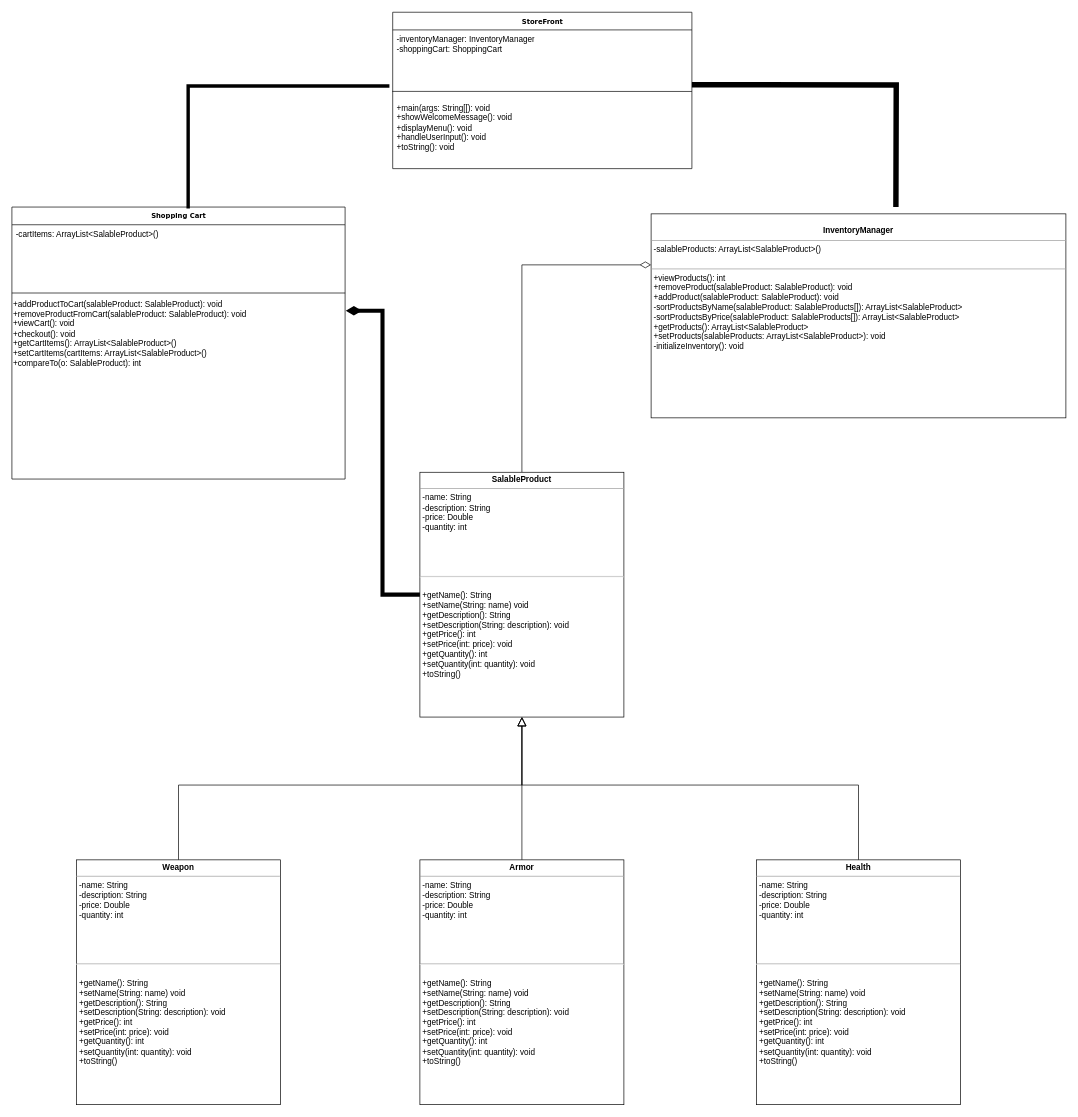
The draw.io diagram Toni's Store.drawio in toniomon96/grad_school, before the edit. Source tidied: cells renumbered, new cells numbered last; positions are measured from the earlier drawing's top-left corner, leaving out a move shared by most shapes. Both pictures are drawn from the tidied source at 68%, with x=0, y=0 at pixel (12, 12).
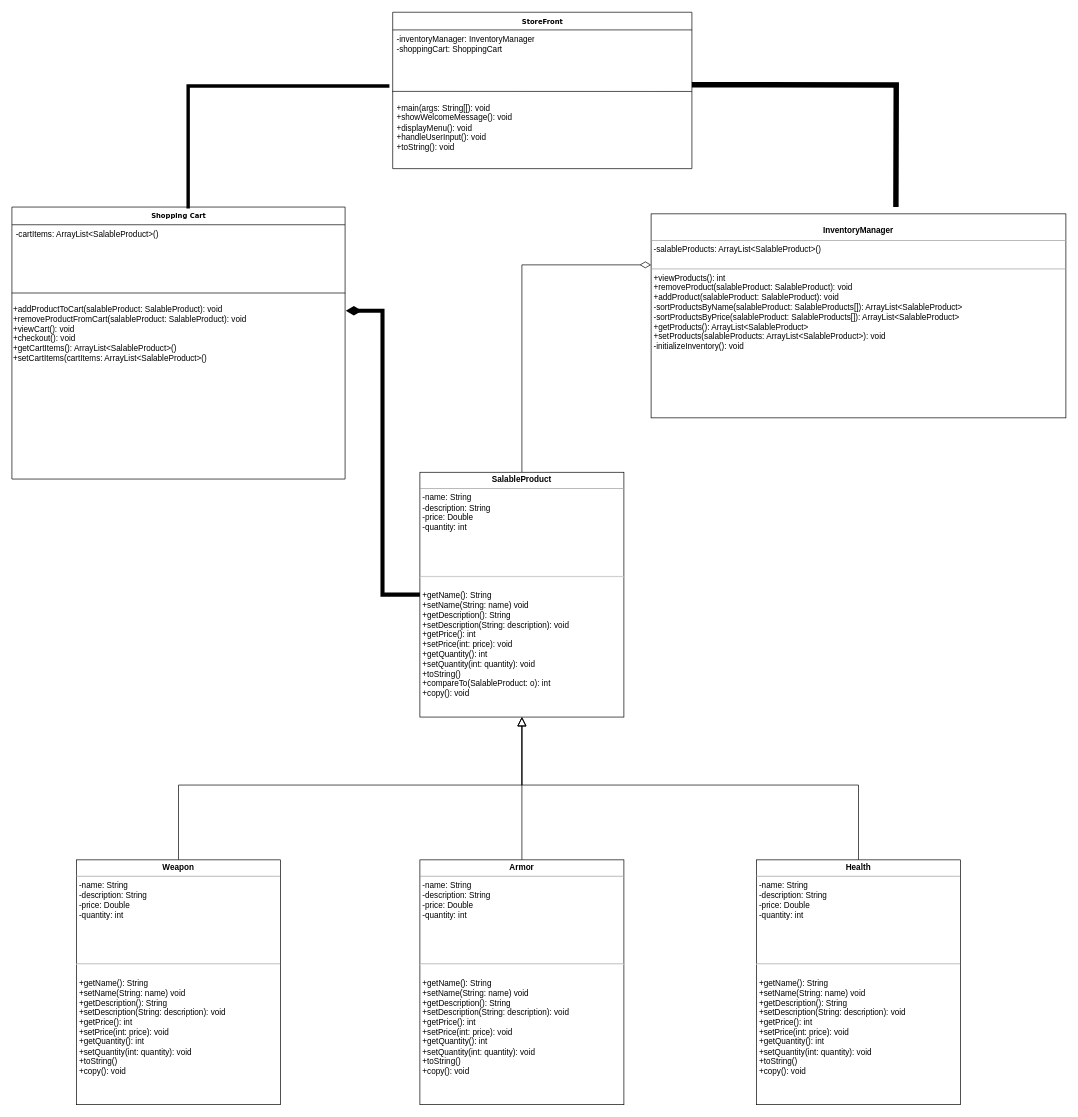
Above is the later version.

The change refers to these unchanged cells:
```xml
<mxCell id="2" value="&lt;b&gt;Shopping Cart&lt;/b&gt;" style="swimlane;html=1;fontStyle=0;horizontal=1;startSize=26;fillColor=none;swimlaneFillColor=#ffffff;rounded=0;shadow=0;comic=0;labelBackgroundColor=none;strokeWidth=1;fontFamily=Verdana;fontSize=10;align=center;" parent="1" vertex="1">
  <mxGeometry y="286" width="490" height="400" as="geometry" />
</mxCell>
```

Diff of the diagram source:
```diff
@@
-    <mxCell id="5" value="&lt;br&gt;&lt;br&gt;&lt;br&gt;&lt;br&gt;&lt;br&gt;&lt;br&gt;&lt;br&gt;&lt;br&gt;&lt;br&gt;&lt;br&gt;&lt;br&gt;&lt;br&gt;&lt;br&gt;&lt;br&gt;+addProductToCart(salableProduct: SalableProduct): void&lt;br&gt;+removeProductFromCart(salableProduct: SalableProduct): void&lt;br&gt;+viewCart(): void&lt;br&gt;+checkout(): void&lt;br&gt;+getCartItems(): ArrayList&amp;lt;SalableProduct&amp;gt;()&lt;br&gt;+setCartItems(cartItems: ArrayList&amp;lt;SalableProduct&amp;gt;()&lt;div&gt;+compareTo(o: SalableProduct): int&lt;br&gt;&lt;br&gt;&lt;br&gt;&lt;br&gt;&lt;br&gt;&lt;br&gt;&lt;br&gt;&lt;br&gt;&lt;br&gt;&lt;br&gt;&lt;br&gt;&lt;br&gt;&lt;div&gt;&lt;br&gt;&lt;/div&gt;&lt;/div&gt;" style="text;strokeColor=none;align=left;fillColor=none;html=1;verticalAlign=middle;whiteSpace=wrap;rounded=0;" parent="2" vertex="1">
+    <mxCell id="5" value="&lt;br&gt;&lt;br&gt;&lt;br&gt;&lt;br&gt;&lt;br&gt;&lt;br&gt;&lt;br&gt;&lt;br&gt;&lt;br&gt;&lt;br&gt;&lt;br&gt;&lt;br&gt;&lt;br&gt;&lt;br&gt;+addProductToCart(salableProduct: SalableProduct): void&lt;br&gt;+removeProductFromCart(salableProduct: SalableProduct): void&lt;br&gt;+viewCart(): void&lt;br&gt;+checkout(): void&lt;br&gt;+getCartItems(): ArrayList&amp;lt;SalableProduct&amp;gt;()&lt;br&gt;+setCartItems(cartItems: ArrayList&amp;lt;SalableProduct&amp;gt;()&lt;div&gt;&lt;br&gt;&lt;br&gt;&lt;br&gt;&lt;br&gt;&lt;br&gt;&lt;br&gt;&lt;br&gt;&lt;br&gt;&lt;br&gt;&lt;br&gt;&lt;br&gt;&lt;div&gt;&lt;br&gt;&lt;/div&gt;&lt;/div&gt;" style="text;strokeColor=none;align=left;fillColor=none;html=1;verticalAlign=middle;whiteSpace=wrap;rounded=0;" parent="2" vertex="1">
       <mxGeometry y="52" width="490" height="240" as="geometry" />
     </mxCell>
@@
-    <mxCell id="11" value="&lt;p style=&quot;margin:0px;margin-top:4px;text-align:center;&quot;&gt;&lt;b&gt;SalableProduct&lt;/b&gt;&lt;/p&gt;&lt;hr size=&quot;1&quot;&gt;&lt;p style=&quot;margin:0px;margin-left:4px;&quot;&gt;-name: String&lt;/p&gt;&lt;p style=&quot;margin:0px;margin-left:4px;&quot;&gt;-description: String&lt;/p&gt;&lt;p style=&quot;margin:0px;margin-left:4px;&quot;&gt;-price: Double&lt;/p&gt;&lt;p style=&quot;margin:0px;margin-left:4px;&quot;&gt;-quantity: int&lt;/p&gt;&lt;p style=&quot;margin:0px;margin-left:4px;&quot;&gt;&lt;br&gt;&lt;/p&gt;&lt;p style=&quot;margin:0px;margin-left:4px;&quot;&gt;&lt;br&gt;&lt;/p&gt;&lt;p style=&quot;margin:0px;margin-left:4px;&quot;&gt;&lt;br&gt;&lt;/p&gt;&lt;p style=&quot;margin:0px;margin-left:4px;&quot;&gt;&lt;br&gt;&lt;/p&gt;&lt;hr&gt;&lt;p style=&quot;margin:0px;margin-left:4px;&quot;&gt;&lt;br&gt;&lt;/p&gt;&lt;p style=&quot;border-color: var(--border-color); margin: 0px 0px 0px 4px;&quot;&gt;+getName(): String&lt;/p&gt;&lt;p style=&quot;border-color: var(--border-color); margin: 0px 0px 0px 4px;&quot;&gt;+setName(String: name) void&lt;/p&gt;&lt;p style=&quot;border-color: var(--border-color); margin: 0px 0px 0px 4px;&quot;&gt;+getDescription(): String&lt;/p&gt;&lt;p style=&quot;border-color: var(--border-color); margin: 0px 0px 0px 4px;&quot;&gt;+setDescription(String: description): void&lt;/p&gt;&lt;p style=&quot;border-color: var(--border-color); margin: 0px 0px 0px 4px;&quot;&gt;+getPrice(): int&lt;/p&gt;&lt;p style=&quot;border-color: var(--border-color); margin: 0px 0px 0px 4px;&quot;&gt;+setPrice(int: price): void&lt;/p&gt;&lt;p style=&quot;border-color: var(--border-color); margin: 0px 0px 0px 4px;&quot;&gt;+getQuantity(): int&lt;/p&gt;&lt;p style=&quot;border-color: var(--border-color); margin: 0px 0px 0px 4px;&quot;&gt;+setQuantity(int: quantity): void&lt;/p&gt;&lt;p style=&quot;border-color: var(--border-color); margin: 0px 0px 0px 4px;&quot;&gt;+toString()&lt;/p&gt;&lt;p style=&quot;border-color: var(--border-color); margin: 0px 0px 0px 4px;&quot;&gt;&lt;br&gt;&lt;/p&gt;&lt;p style=&quot;margin:0px;margin-left:4px;&quot;&gt;&lt;br&gt;&lt;/p&gt;&lt;p style=&quot;margin:0px;margin-left:4px;&quot;&gt;&lt;br&gt;&lt;/p&gt;&lt;p style=&quot;margin:0px;margin-left:4px;&quot;&gt;&lt;br&gt;&lt;/p&gt;&lt;p style=&quot;margin:0px;margin-left:4px;&quot;&gt;&lt;br&gt;&lt;/p&gt;" style="verticalAlign=top;align=left;overflow=fill;fontSize=12;fontFamily=Helvetica;html=1;rounded=0;shadow=0;comic=0;labelBackgroundColor=none;strokeWidth=1;" parent="1" vertex="1">
+    <mxCell id="11" value="&lt;p style=&quot;margin:0px;margin-top:4px;text-align:center;&quot;&gt;&lt;b&gt;SalableProduct&lt;/b&gt;&lt;/p&gt;&lt;hr size=&quot;1&quot;&gt;&lt;p style=&quot;margin:0px;margin-left:4px;&quot;&gt;-name: String&lt;/p&gt;&lt;p style=&quot;margin:0px;margin-left:4px;&quot;&gt;-description: String&lt;/p&gt;&lt;p style=&quot;margin:0px;margin-left:4px;&quot;&gt;-price: Double&lt;/p&gt;&lt;p style=&quot;margin:0px;margin-left:4px;&quot;&gt;-quantity: int&lt;/p&gt;&lt;p style=&quot;margin:0px;margin-left:4px;&quot;&gt;&lt;br&gt;&lt;/p&gt;&lt;p style=&quot;margin:0px;margin-left:4px;&quot;&gt;&lt;br&gt;&lt;/p&gt;&lt;p style=&quot;margin:0px;margin-left:4px;&quot;&gt;&lt;br&gt;&lt;/p&gt;&lt;p style=&quot;margin:0px;margin-left:4px;&quot;&gt;&lt;br&gt;&lt;/p&gt;&lt;hr&gt;&lt;p style=&quot;margin:0px;margin-left:4px;&quot;&gt;&lt;br&gt;&lt;/p&gt;&lt;p style=&quot;border-color: var(--border-color); margin: 0px 0px 0px 4px;&quot;&gt;+getName(): String&lt;/p&gt;&lt;p style=&quot;border-color: var(--border-color); margin: 0px 0px 0px 4px;&quot;&gt;+setName(String: name) void&lt;/p&gt;&lt;p style=&quot;border-color: var(--border-color); margin: 0px 0px 0px 4px;&quot;&gt;+getDescription(): String&lt;/p&gt;&lt;p style=&quot;border-color: var(--border-color); margin: 0px 0px 0px 4px;&quot;&gt;+setDescription(String: description): void&lt;/p&gt;&lt;p style=&quot;border-color: var(--border-color); margin: 0px 0px 0px 4px;&quot;&gt;+getPrice(): int&lt;/p&gt;&lt;p style=&quot;border-color: var(--border-color); margin: 0px 0px 0px 4px;&quot;&gt;+setPrice(int: price): void&lt;/p&gt;&lt;p style=&quot;border-color: var(--border-color); margin: 0px 0px 0px 4px;&quot;&gt;+getQuantity(): int&lt;/p&gt;&lt;p style=&quot;border-color: var(--border-color); margin: 0px 0px 0px 4px;&quot;&gt;+setQuantity(int: quantity): void&lt;/p&gt;&lt;p style=&quot;border-color: var(--border-color); margin: 0px 0px 0px 4px;&quot;&gt;+toString()&lt;/p&gt;&lt;p style=&quot;border-color: var(--border-color); margin: 0px 0px 0px 4px;&quot;&gt;+compareTo(SalableProduct: o): int&lt;/p&gt;&lt;p style=&quot;border-color: var(--border-color); margin: 0px 0px 0px 4px;&quot;&gt;+copy(): void&lt;/p&gt;&lt;p style=&quot;border-color: var(--border-color); margin: 0px 0px 0px 4px;&quot;&gt;&lt;br&gt;&lt;/p&gt;&lt;p style=&quot;margin:0px;margin-left:4px;&quot;&gt;&lt;br&gt;&lt;/p&gt;&lt;p style=&quot;margin:0px;margin-left:4px;&quot;&gt;&lt;br&gt;&lt;/p&gt;&lt;p style=&quot;margin:0px;margin-left:4px;&quot;&gt;&lt;br&gt;&lt;/p&gt;&lt;p style=&quot;margin:0px;margin-left:4px;&quot;&gt;&lt;br&gt;&lt;/p&gt;" style="verticalAlign=top;align=left;overflow=fill;fontSize=12;fontFamily=Helvetica;html=1;rounded=0;shadow=0;comic=0;labelBackgroundColor=none;strokeWidth=1;" parent="1" vertex="1">
       <mxGeometry x="600" y="676" width="300" height="360" as="geometry" />
     </mxCell>
@@
-    <mxCell id="16" value="&lt;p style=&quot;margin:0px;margin-top:4px;text-align:center;&quot;&gt;&lt;b&gt;Weapon&lt;/b&gt;&lt;/p&gt;&lt;hr size=&quot;1&quot;&gt;&lt;p style=&quot;margin:0px;margin-left:4px;&quot;&gt;-name: String&lt;/p&gt;&lt;p style=&quot;margin:0px;margin-left:4px;&quot;&gt;-description: String&lt;/p&gt;&lt;p style=&quot;margin:0px;margin-left:4px;&quot;&gt;-price: Double&lt;/p&gt;&lt;p style=&quot;margin:0px;margin-left:4px;&quot;&gt;-quantity: int&lt;/p&gt;&lt;p style=&quot;margin:0px;margin-left:4px;&quot;&gt;&lt;br&gt;&lt;/p&gt;&lt;p style=&quot;margin:0px;margin-left:4px;&quot;&gt;&lt;br&gt;&lt;/p&gt;&lt;p style=&quot;margin:0px;margin-left:4px;&quot;&gt;&lt;br&gt;&lt;/p&gt;&lt;p style=&quot;margin:0px;margin-left:4px;&quot;&gt;&lt;br&gt;&lt;/p&gt;&lt;hr&gt;&lt;p style=&quot;margin:0px;margin-left:4px;&quot;&gt;&lt;br&gt;&lt;/p&gt;&lt;p style=&quot;border-color: var(--border-color); margin: 0px 0px 0px 4px;&quot;&gt;+getName(): String&lt;/p&gt;&lt;p style=&quot;border-color: var(--border-color); margin: 0px 0px 0px 4px;&quot;&gt;+setName(String: name) void&lt;/p&gt;&lt;p style=&quot;border-color: var(--border-color); margin: 0px 0px 0px 4px;&quot;&gt;+getDescription(): String&lt;/p&gt;&lt;p style=&quot;border-color: var(--border-color); margin: 0px 0px 0px 4px;&quot;&gt;+setDescription(String: description): void&lt;/p&gt;&lt;p style=&quot;border-color: var(--border-color); margin: 0px 0px 0px 4px;&quot;&gt;+getPrice(): int&lt;/p&gt;&lt;p style=&quot;border-color: var(--border-color); margin: 0px 0px 0px 4px;&quot;&gt;+setPrice(int: price): void&lt;/p&gt;&lt;p style=&quot;border-color: var(--border-color); margin: 0px 0px 0px 4px;&quot;&gt;+getQuantity(): int&lt;/p&gt;&lt;p style=&quot;border-color: var(--border-color); margin: 0px 0px 0px 4px;&quot;&gt;+setQuantity(int: quantity): void&lt;/p&gt;&lt;p style=&quot;border-color: var(--border-color); margin: 0px 0px 0px 4px;&quot;&gt;+toString()&lt;/p&gt;&lt;p style=&quot;border-color: var(--border-color); margin: 0px 0px 0px 4px;&quot;&gt;&lt;br&gt;&lt;/p&gt;&lt;p style=&quot;margin:0px;margin-left:4px;&quot;&gt;&lt;br&gt;&lt;/p&gt;&lt;p style=&quot;margin:0px;margin-left:4px;&quot;&gt;&lt;br&gt;&lt;/p&gt;&lt;p style=&quot;margin:0px;margin-left:4px;&quot;&gt;&lt;br&gt;&lt;/p&gt;&lt;p style=&quot;margin:0px;margin-left:4px;&quot;&gt;&lt;br&gt;&lt;/p&gt;" style="verticalAlign=top;align=left;overflow=fill;fontSize=12;fontFamily=Helvetica;html=1;rounded=0;shadow=0;comic=0;labelBackgroundColor=none;strokeWidth=1;" parent="1" vertex="1">
+    <mxCell id="16" value="&lt;p style=&quot;margin:0px;margin-top:4px;text-align:center;&quot;&gt;&lt;b&gt;Weapon&lt;/b&gt;&lt;/p&gt;&lt;hr size=&quot;1&quot;&gt;&lt;p style=&quot;margin:0px;margin-left:4px;&quot;&gt;-name: String&lt;/p&gt;&lt;p style=&quot;margin:0px;margin-left:4px;&quot;&gt;-description: String&lt;/p&gt;&lt;p style=&quot;margin:0px;margin-left:4px;&quot;&gt;-price: Double&lt;/p&gt;&lt;p style=&quot;margin:0px;margin-left:4px;&quot;&gt;-quantity: int&lt;/p&gt;&lt;p style=&quot;margin:0px;margin-left:4px;&quot;&gt;&lt;br&gt;&lt;/p&gt;&lt;p style=&quot;margin:0px;margin-left:4px;&quot;&gt;&lt;br&gt;&lt;/p&gt;&lt;p style=&quot;margin:0px;margin-left:4px;&quot;&gt;&lt;br&gt;&lt;/p&gt;&lt;p style=&quot;margin:0px;margin-left:4px;&quot;&gt;&lt;br&gt;&lt;/p&gt;&lt;hr&gt;&lt;p style=&quot;margin:0px;margin-left:4px;&quot;&gt;&lt;br&gt;&lt;/p&gt;&lt;p style=&quot;border-color: var(--border-color); margin: 0px 0px 0px 4px;&quot;&gt;+getName(): String&lt;/p&gt;&lt;p style=&quot;border-color: var(--border-color); margin: 0px 0px 0px 4px;&quot;&gt;+setName(String: name) void&lt;/p&gt;&lt;p style=&quot;border-color: var(--border-color); margin: 0px 0px 0px 4px;&quot;&gt;+getDescription(): String&lt;/p&gt;&lt;p style=&quot;border-color: var(--border-color); margin: 0px 0px 0px 4px;&quot;&gt;+setDescription(String: description): void&lt;/p&gt;&lt;p style=&quot;border-color: var(--border-color); margin: 0px 0px 0px 4px;&quot;&gt;+getPrice(): int&lt;/p&gt;&lt;p style=&quot;border-color: var(--border-color); margin: 0px 0px 0px 4px;&quot;&gt;+setPrice(int: price): void&lt;/p&gt;&lt;p style=&quot;border-color: var(--border-color); margin: 0px 0px 0px 4px;&quot;&gt;+getQuantity(): int&lt;/p&gt;&lt;p style=&quot;border-color: var(--border-color); margin: 0px 0px 0px 4px;&quot;&gt;+setQuantity(int: quantity): void&lt;/p&gt;&lt;p style=&quot;border-color: var(--border-color); margin: 0px 0px 0px 4px;&quot;&gt;+toString()&lt;/p&gt;&lt;p style=&quot;border-color: var(--border-color); margin: 0px 0px 0px 4px;&quot;&gt;+copy(): void&lt;/p&gt;&lt;p style=&quot;margin:0px;margin-left:4px;&quot;&gt;&lt;br&gt;&lt;/p&gt;&lt;p style=&quot;margin:0px;margin-left:4px;&quot;&gt;&lt;br&gt;&lt;/p&gt;&lt;p style=&quot;margin:0px;margin-left:4px;&quot;&gt;&lt;br&gt;&lt;/p&gt;&lt;p style=&quot;margin:0px;margin-left:4px;&quot;&gt;&lt;br&gt;&lt;/p&gt;" style="verticalAlign=top;align=left;overflow=fill;fontSize=12;fontFamily=Helvetica;html=1;rounded=0;shadow=0;comic=0;labelBackgroundColor=none;strokeWidth=1;" parent="1" vertex="1">
       <mxGeometry x="95" y="1246" width="300" height="360" as="geometry" />
     </mxCell>
@@
-    <mxCell id="18" value="&lt;p style=&quot;margin:0px;margin-top:4px;text-align:center;&quot;&gt;&lt;b&gt;Armor&lt;/b&gt;&lt;/p&gt;&lt;hr size=&quot;1&quot;&gt;&lt;p style=&quot;margin:0px;margin-left:4px;&quot;&gt;-name: String&lt;/p&gt;&lt;p style=&quot;margin:0px;margin-left:4px;&quot;&gt;-description: String&lt;/p&gt;&lt;p style=&quot;margin:0px;margin-left:4px;&quot;&gt;-price: Double&lt;/p&gt;&lt;p style=&quot;margin:0px;margin-left:4px;&quot;&gt;-quantity: int&lt;/p&gt;&lt;p style=&quot;margin:0px;margin-left:4px;&quot;&gt;&lt;br&gt;&lt;/p&gt;&lt;p style=&quot;margin:0px;margin-left:4px;&quot;&gt;&lt;br&gt;&lt;/p&gt;&lt;p style=&quot;margin:0px;margin-left:4px;&quot;&gt;&lt;br&gt;&lt;/p&gt;&lt;p style=&quot;margin:0px;margin-left:4px;&quot;&gt;&lt;br&gt;&lt;/p&gt;&lt;hr&gt;&lt;p style=&quot;margin:0px;margin-left:4px;&quot;&gt;&lt;br&gt;&lt;/p&gt;&lt;p style=&quot;border-color: var(--border-color); margin: 0px 0px 0px 4px;&quot;&gt;+getName(): String&lt;/p&gt;&lt;p style=&quot;border-color: var(--border-color); margin: 0px 0px 0px 4px;&quot;&gt;+setName(String: name) void&lt;/p&gt;&lt;p style=&quot;border-color: var(--border-color); margin: 0px 0px 0px 4px;&quot;&gt;+getDescription(): String&lt;/p&gt;&lt;p style=&quot;border-color: var(--border-color); margin: 0px 0px 0px 4px;&quot;&gt;+setDescription(String: description): void&lt;/p&gt;&lt;p style=&quot;border-color: var(--border-color); margin: 0px 0px 0px 4px;&quot;&gt;+getPrice(): int&lt;/p&gt;&lt;p style=&quot;border-color: var(--border-color); margin: 0px 0px 0px 4px;&quot;&gt;+setPrice(int: price): void&lt;/p&gt;&lt;p style=&quot;border-color: var(--border-color); margin: 0px 0px 0px 4px;&quot;&gt;+getQuantity(): int&lt;/p&gt;&lt;p style=&quot;border-color: var(--border-color); margin: 0px 0px 0px 4px;&quot;&gt;+setQuantity(int: quantity): void&lt;/p&gt;&lt;p style=&quot;border-color: var(--border-color); margin: 0px 0px 0px 4px;&quot;&gt;+toString()&lt;/p&gt;&lt;p style=&quot;border-color: var(--border-color); margin: 0px 0px 0px 4px;&quot;&gt;&lt;br&gt;&lt;/p&gt;&lt;p style=&quot;margin:0px;margin-left:4px;&quot;&gt;&lt;br&gt;&lt;/p&gt;&lt;p style=&quot;margin:0px;margin-left:4px;&quot;&gt;&lt;br&gt;&lt;/p&gt;&lt;p style=&quot;margin:0px;margin-left:4px;&quot;&gt;&lt;br&gt;&lt;/p&gt;&lt;p style=&quot;margin:0px;margin-left:4px;&quot;&gt;&lt;br&gt;&lt;/p&gt;" style="verticalAlign=top;align=left;overflow=fill;fontSize=12;fontFamily=Helvetica;html=1;rounded=0;shadow=0;comic=0;labelBackgroundColor=none;strokeWidth=1;" parent="1" vertex="1">
+    <mxCell id="18" value="&lt;p style=&quot;margin:0px;margin-top:4px;text-align:center;&quot;&gt;&lt;b&gt;Armor&lt;/b&gt;&lt;/p&gt;&lt;hr size=&quot;1&quot;&gt;&lt;p style=&quot;margin:0px;margin-left:4px;&quot;&gt;-name: String&lt;/p&gt;&lt;p style=&quot;margin:0px;margin-left:4px;&quot;&gt;-description: String&lt;/p&gt;&lt;p style=&quot;margin:0px;margin-left:4px;&quot;&gt;-price: Double&lt;/p&gt;&lt;p style=&quot;margin:0px;margin-left:4px;&quot;&gt;-quantity: int&lt;/p&gt;&lt;p style=&quot;margin:0px;margin-left:4px;&quot;&gt;&lt;br&gt;&lt;/p&gt;&lt;p style=&quot;margin:0px;margin-left:4px;&quot;&gt;&lt;br&gt;&lt;/p&gt;&lt;p style=&quot;margin:0px;margin-left:4px;&quot;&gt;&lt;br&gt;&lt;/p&gt;&lt;p style=&quot;margin:0px;margin-left:4px;&quot;&gt;&lt;br&gt;&lt;/p&gt;&lt;hr&gt;&lt;p style=&quot;margin:0px;margin-left:4px;&quot;&gt;&lt;br&gt;&lt;/p&gt;&lt;p style=&quot;border-color: var(--border-color); margin: 0px 0px 0px 4px;&quot;&gt;+getName(): String&lt;/p&gt;&lt;p style=&quot;border-color: var(--border-color); margin: 0px 0px 0px 4px;&quot;&gt;+setName(String: name) void&lt;/p&gt;&lt;p style=&quot;border-color: var(--border-color); margin: 0px 0px 0px 4px;&quot;&gt;+getDescription(): String&lt;/p&gt;&lt;p style=&quot;border-color: var(--border-color); margin: 0px 0px 0px 4px;&quot;&gt;+setDescription(String: description): void&lt;/p&gt;&lt;p style=&quot;border-color: var(--border-color); margin: 0px 0px 0px 4px;&quot;&gt;+getPrice(): int&lt;/p&gt;&lt;p style=&quot;border-color: var(--border-color); margin: 0px 0px 0px 4px;&quot;&gt;+setPrice(int: price): void&lt;/p&gt;&lt;p style=&quot;border-color: var(--border-color); margin: 0px 0px 0px 4px;&quot;&gt;+getQuantity(): int&lt;/p&gt;&lt;p style=&quot;border-color: var(--border-color); margin: 0px 0px 0px 4px;&quot;&gt;+setQuantity(int: quantity): void&lt;/p&gt;&lt;p style=&quot;border-color: var(--border-color); margin: 0px 0px 0px 4px;&quot;&gt;+toString()&lt;/p&gt;&lt;p style=&quot;border-color: var(--border-color); margin: 0px 0px 0px 4px;&quot;&gt;+copy(): void&lt;br&gt;&lt;/p&gt;&lt;p style=&quot;border-color: var(--border-color); margin: 0px 0px 0px 4px;&quot;&gt;&lt;br&gt;&lt;/p&gt;&lt;p style=&quot;margin:0px;margin-left:4px;&quot;&gt;&lt;br&gt;&lt;/p&gt;&lt;p style=&quot;margin:0px;margin-left:4px;&quot;&gt;&lt;br&gt;&lt;/p&gt;&lt;p style=&quot;margin:0px;margin-left:4px;&quot;&gt;&lt;br&gt;&lt;/p&gt;&lt;p style=&quot;margin:0px;margin-left:4px;&quot;&gt;&lt;br&gt;&lt;/p&gt;" style="verticalAlign=top;align=left;overflow=fill;fontSize=12;fontFamily=Helvetica;html=1;rounded=0;shadow=0;comic=0;labelBackgroundColor=none;strokeWidth=1;" parent="1" vertex="1">
       <mxGeometry x="600" y="1246" width="300" height="360" as="geometry" />
     </mxCell>
@@
-    <mxCell id="20" value="&lt;p style=&quot;margin:0px;margin-top:4px;text-align:center;&quot;&gt;&lt;b&gt;Health&lt;/b&gt;&lt;/p&gt;&lt;hr size=&quot;1&quot;&gt;&lt;p style=&quot;margin:0px;margin-left:4px;&quot;&gt;-name: String&lt;/p&gt;&lt;p style=&quot;margin:0px;margin-left:4px;&quot;&gt;-description: String&lt;/p&gt;&lt;p style=&quot;margin:0px;margin-left:4px;&quot;&gt;-price: Double&lt;/p&gt;&lt;p style=&quot;margin:0px;margin-left:4px;&quot;&gt;-quantity: int&lt;/p&gt;&lt;p style=&quot;margin:0px;margin-left:4px;&quot;&gt;&lt;br&gt;&lt;/p&gt;&lt;p style=&quot;margin:0px;margin-left:4px;&quot;&gt;&lt;br&gt;&lt;/p&gt;&lt;p style=&quot;margin:0px;margin-left:4px;&quot;&gt;&lt;br&gt;&lt;/p&gt;&lt;p style=&quot;margin:0px;margin-left:4px;&quot;&gt;&lt;br&gt;&lt;/p&gt;&lt;hr&gt;&lt;p style=&quot;margin:0px;margin-left:4px;&quot;&gt;&lt;br&gt;&lt;/p&gt;&lt;p style=&quot;border-color: var(--border-color); margin: 0px 0px 0px 4px;&quot;&gt;+getName(): String&lt;/p&gt;&lt;p style=&quot;border-color: var(--border-color); margin: 0px 0px 0px 4px;&quot;&gt;+setName(String: name) void&lt;/p&gt;&lt;p style=&quot;border-color: var(--border-color); margin: 0px 0px 0px 4px;&quot;&gt;+getDescription(): String&lt;/p&gt;&lt;p style=&quot;border-color: var(--border-color); margin: 0px 0px 0px 4px;&quot;&gt;+setDescription(String: description): void&lt;/p&gt;&lt;p style=&quot;border-color: var(--border-color); margin: 0px 0px 0px 4px;&quot;&gt;+getPrice(): int&lt;/p&gt;&lt;p style=&quot;border-color: var(--border-color); margin: 0px 0px 0px 4px;&quot;&gt;+setPrice(int: price): void&lt;/p&gt;&lt;p style=&quot;border-color: var(--border-color); margin: 0px 0px 0px 4px;&quot;&gt;+getQuantity(): int&lt;/p&gt;&lt;p style=&quot;border-color: var(--border-color); margin: 0px 0px 0px 4px;&quot;&gt;+setQuantity(int: quantity): void&lt;/p&gt;&lt;p style=&quot;border-color: var(--border-color); margin: 0px 0px 0px 4px;&quot;&gt;+toString()&lt;/p&gt;&lt;p style=&quot;border-color: var(--border-color); margin: 0px 0px 0px 4px;&quot;&gt;&lt;br&gt;&lt;/p&gt;&lt;p style=&quot;margin:0px;margin-left:4px;&quot;&gt;&lt;br&gt;&lt;/p&gt;&lt;p style=&quot;margin:0px;margin-left:4px;&quot;&gt;&lt;br&gt;&lt;/p&gt;&lt;p style=&quot;margin:0px;margin-left:4px;&quot;&gt;&lt;br&gt;&lt;/p&gt;&lt;p style=&quot;margin:0px;margin-left:4px;&quot;&gt;&lt;br&gt;&lt;/p&gt;" style="verticalAlign=top;align=left;overflow=fill;fontSize=12;fontFamily=Helvetica;html=1;rounded=0;shadow=0;comic=0;labelBackgroundColor=none;strokeWidth=1;" parent="1" vertex="1">
+    <mxCell id="20" value="&lt;p style=&quot;margin:0px;margin-top:4px;text-align:center;&quot;&gt;&lt;b&gt;Health&lt;/b&gt;&lt;/p&gt;&lt;hr size=&quot;1&quot;&gt;&lt;p style=&quot;margin:0px;margin-left:4px;&quot;&gt;-name: String&lt;/p&gt;&lt;p style=&quot;margin:0px;margin-left:4px;&quot;&gt;-description: String&lt;/p&gt;&lt;p style=&quot;margin:0px;margin-left:4px;&quot;&gt;-price: Double&lt;/p&gt;&lt;p style=&quot;margin:0px;margin-left:4px;&quot;&gt;-quantity: int&lt;/p&gt;&lt;p style=&quot;margin:0px;margin-left:4px;&quot;&gt;&lt;br&gt;&lt;/p&gt;&lt;p style=&quot;margin:0px;margin-left:4px;&quot;&gt;&lt;br&gt;&lt;/p&gt;&lt;p style=&quot;margin:0px;margin-left:4px;&quot;&gt;&lt;br&gt;&lt;/p&gt;&lt;p style=&quot;margin:0px;margin-left:4px;&quot;&gt;&lt;br&gt;&lt;/p&gt;&lt;hr&gt;&lt;p style=&quot;margin:0px;margin-left:4px;&quot;&gt;&lt;br&gt;&lt;/p&gt;&lt;p style=&quot;border-color: var(--border-color); margin: 0px 0px 0px 4px;&quot;&gt;+getName(): String&lt;/p&gt;&lt;p style=&quot;border-color: var(--border-color); margin: 0px 0px 0px 4px;&quot;&gt;+setName(String: name) void&lt;/p&gt;&lt;p style=&quot;border-color: var(--border-color); margin: 0px 0px 0px 4px;&quot;&gt;+getDescription(): String&lt;/p&gt;&lt;p style=&quot;border-color: var(--border-color); margin: 0px 0px 0px 4px;&quot;&gt;+setDescription(String: description): void&lt;/p&gt;&lt;p style=&quot;border-color: var(--border-color); margin: 0px 0px 0px 4px;&quot;&gt;+getPrice(): int&lt;/p&gt;&lt;p style=&quot;border-color: var(--border-color); margin: 0px 0px 0px 4px;&quot;&gt;+setPrice(int: price): void&lt;/p&gt;&lt;p style=&quot;border-color: var(--border-color); margin: 0px 0px 0px 4px;&quot;&gt;+getQuantity(): int&lt;/p&gt;&lt;p style=&quot;border-color: var(--border-color); margin: 0px 0px 0px 4px;&quot;&gt;+setQuantity(int: quantity): void&lt;/p&gt;&lt;p style=&quot;border-color: var(--border-color); margin: 0px 0px 0px 4px;&quot;&gt;+toString()&lt;/p&gt;&lt;p style=&quot;border-color: var(--border-color); margin: 0px 0px 0px 4px;&quot;&gt;+copy(): void&lt;br&gt;&lt;/p&gt;&lt;p style=&quot;border-color: var(--border-color); margin: 0px 0px 0px 4px;&quot;&gt;&lt;br&gt;&lt;/p&gt;&lt;p style=&quot;margin:0px;margin-left:4px;&quot;&gt;&lt;br&gt;&lt;/p&gt;&lt;p style=&quot;margin:0px;margin-left:4px;&quot;&gt;&lt;br&gt;&lt;/p&gt;&lt;p style=&quot;margin:0px;margin-left:4px;&quot;&gt;&lt;br&gt;&lt;/p&gt;&lt;p style=&quot;margin:0px;margin-left:4px;&quot;&gt;&lt;br&gt;&lt;/p&gt;" style="verticalAlign=top;align=left;overflow=fill;fontSize=12;fontFamily=Helvetica;html=1;rounded=0;shadow=0;comic=0;labelBackgroundColor=none;strokeWidth=1;" parent="1" vertex="1">
       <mxGeometry x="1095" y="1246" width="300" height="360" as="geometry" />
     </mxCell>
```
